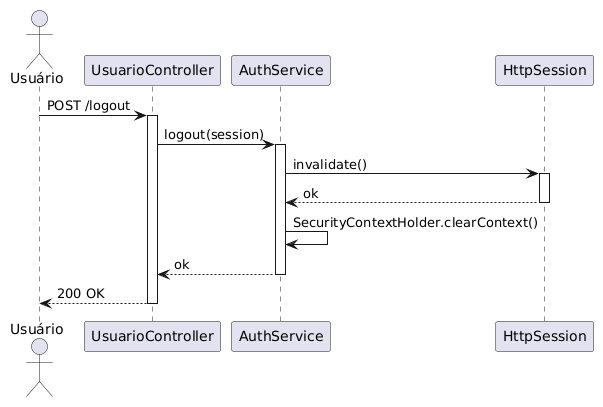
Above: Diagramas/Diagramas de Sequência/LoginCadastro/Diagrama de Sequencia - Logout.png in MatheusAbib/Jornal-de-Receitas (PlantUML), before the change.
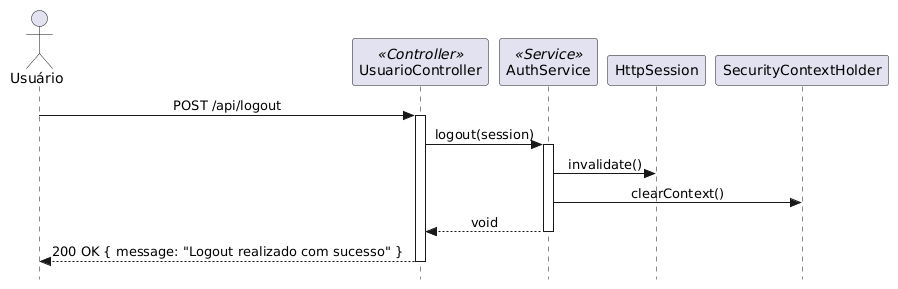
After the commit.

What changed in the source:
```diff
@@ -1,24 +1,22 @@
 @startuml
+skinparam style strictuml
+skinparam sequenceMessageAlign center
+skinparam shadowing false
+
 actor "Usuário" as user
-participant "UsuarioController" as controller
-participant "AuthService" as auth
+participant "UsuarioController" as ctrl <<Controller>>
+participant "AuthService" as auth <<Service>>
 participant "HttpSession" as session
+participant "SecurityContextHolder" as ctx
 
-user -> controller : POST /logout
-activate controller
-
-controller -> auth : logout(session)
+user -> ctrl: POST /api/logout
+activate ctrl
+ctrl -> auth: logout(session)
 activate auth
-
-auth -> session : invalidate()
-activate session
-session --> auth : ok
-deactivate session
-
-auth -> auth : SecurityContextHolder.clearContext()
-auth --> controller : ok
+auth -> session: invalidate()
+auth -> ctx: clearContext()
+auth --> ctrl: void
 deactivate auth
-
-controller --> user : 200 OK
-deactivate controller
+ctrl --> user: 200 OK { message: "Logout realizado com sucesso" }
+deactivate ctrl
 @enduml
```
